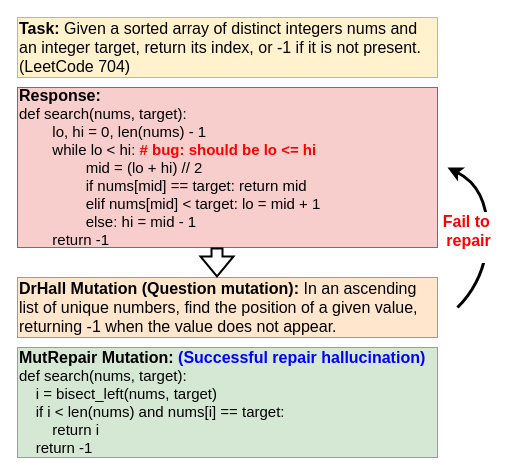
Above: figures/casestudycode.drawio in zbybr/LLMHalluMiti (draw.io), before the change. Source tidied: cells renumbered, new cells numbered last; positions are measured from the earlier drawing's top-left corner, leaving out a move shared by most shapes. Both pictures are drawn from the tidied source at 100%, with x=0, y=0 at pixel (17, 17).
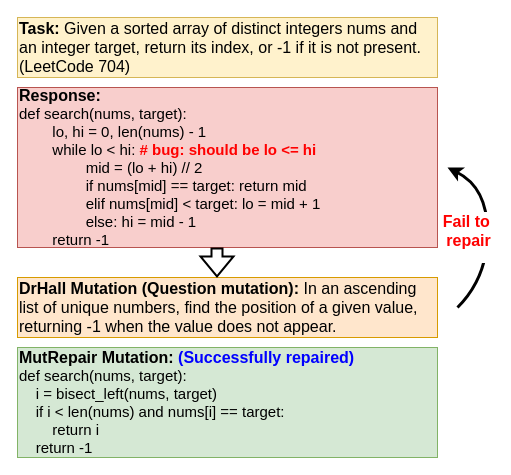
Above is the later version.

What changed in the source:
```diff
@@
 <mxGraphModel>
   <root>
     <mxCell id="0" />
     <mxCell id="1" parent="0" />
     <mxCell id="2" value="&lt;span style=&quot;font-family: Arial; font-size: 16px;&quot;&gt;&lt;b&gt;Response:&lt;br&gt;&lt;/b&gt;&lt;/span&gt;&lt;font style=&quot;font-size: 15px;&quot;&gt;def search(nums, target):&amp;nbsp;&lt;/font&gt;&lt;div&gt;&lt;font style=&quot;font-size: 15px;&quot;&gt;&lt;span style=&quot;white-space: pre;&quot;&gt;&#9;&lt;/span&gt;lo, hi = 0, len(nums) - 1&amp;nbsp;&lt;/font&gt;&lt;/div&gt;&lt;div&gt;&lt;font style=&quot;font-size: 15px;&quot;&gt;&lt;span style=&quot;white-space: pre;&quot;&gt;&#9;&lt;/span&gt;while lo &amp;lt; hi: &lt;b&gt;&lt;font style=&quot;color: rgb(255, 0, 0);&quot;&gt;# bug: should be lo &amp;lt;= hi&amp;nbsp;&lt;/font&gt;&lt;/b&gt;&lt;/font&gt;&lt;/div&gt;&lt;div&gt;&lt;font style=&quot;font-size: 15px;&quot;&gt;&lt;span style=&quot;white-space: pre;&quot;&gt;&#9;&lt;span style=&quot;white-space: pre;&quot;&gt;&#9;&lt;/span&gt;&lt;/span&gt;mid = (lo + hi) // 2&amp;nbsp;&lt;/font&gt;&lt;/div&gt;&lt;div&gt;&lt;font style=&quot;font-size: 15px;&quot;&gt;&lt;span style=&quot;white-space: pre;&quot;&gt;&#9;&lt;span style=&quot;white-space: pre;&quot;&gt;&#9;&lt;/span&gt;&lt;/span&gt;if nums[mid] == target: return mid&amp;nbsp;&lt;/font&gt;&lt;/div&gt;&lt;div&gt;&lt;font style=&quot;font-size: 15px;&quot;&gt;&lt;span style=&quot;white-space: pre;&quot;&gt;&#9;&lt;span style=&quot;white-space: pre;&quot;&gt;&#9;&lt;/span&gt;&lt;/span&gt;elif nums[mid] &amp;lt; target: lo = mid + 1&amp;nbsp;&lt;/font&gt;&lt;/div&gt;&lt;div&gt;&lt;font style=&quot;font-size: 15px;&quot;&gt;&lt;span style=&quot;white-space: pre;&quot;&gt;&#9;&lt;span style=&quot;white-space: pre;&quot;&gt;&#9;&lt;/span&gt;&lt;/span&gt;else: hi = mid - 1&lt;br&gt;&lt;span style=&quot;white-space: pre;&quot;&gt;&#9;&lt;/span&gt;return -1&lt;/font&gt;&lt;/div&gt;" style="rounded=0;whiteSpace=wrap;html=1;fillColor=#f8cecc;strokeColor=#b85450;align=left;" parent="1" vertex="1">
       <mxGeometry y="70" width="420" height="160" as="geometry" />
     </mxCell>
     <mxCell id="3" value="&lt;b style=&quot;font-family: Arial; font-size: 16px;&quot;&gt;Task:&amp;nbsp;&lt;/b&gt;&lt;span style=&quot;font-family: Arial; font-size: 16px;&quot;&gt;Given a sorted array of distinct integers nums and an integer target, return its index, or -1 if it is not present. (LeetCode 704)&lt;/span&gt;&lt;span style=&quot;font-family: Arial; font-size: 16px;&quot;&gt;&amp;nbsp;&lt;/span&gt;" style="rounded=0;whiteSpace=wrap;html=1;fillColor=#fff2cc;strokeColor=#d6b656;align=left;" parent="1" vertex="1">
       <mxGeometry width="420" height="60" as="geometry" />
     </mxCell>
     <mxCell id="4" value="&lt;span style=&quot;font-family: Arial; font-size: 16px;&quot;&gt;&lt;b&gt;DrHall Mutation (Question mutation):&lt;/b&gt;&amp;nbsp;&lt;/span&gt;&lt;span style=&quot;font-family: Arial; font-size: 16px;&quot;&gt;In an ascending list of unique numbers, find the position of a given value, returning -1 when the value does not appear.&lt;/span&gt;" style="rounded=0;whiteSpace=wrap;html=1;fillColor=#ffe6cc;strokeColor=#d79b00;align=left;" parent="1" vertex="1">
       <mxGeometry y="260" width="420" height="60" as="geometry" />
     </mxCell>
-    <mxCell id="5" value="&lt;div&gt;&lt;font style=&quot;&quot;&gt;&lt;b style=&quot;font-size: 16px;&quot;&gt;MutRepair Mutation:&amp;nbsp;&lt;font style=&quot;color: rgb(0, 0, 255);&quot;&gt;(Successful repair hallucination)&lt;/font&gt;&lt;/b&gt;&lt;br&gt;&lt;font style=&quot;font-size: 15px;&quot;&gt;def search(nums, target):&lt;/font&gt;&lt;/font&gt;&lt;/div&gt;&lt;div&gt;&lt;font style=&quot;font-size: 15px;&quot;&gt;&amp;nbsp; &amp;nbsp; i = bisect_left(nums, target)&lt;/font&gt;&lt;/div&gt;&lt;div&gt;&lt;font style=&quot;font-size: 15px;&quot;&gt;&amp;nbsp; &amp;nbsp; if i &amp;lt; len(nums) and nums[i] == target:&lt;/font&gt;&lt;/div&gt;&lt;div&gt;&lt;font style=&quot;font-size: 15px;&quot;&gt;&amp;nbsp; &amp;nbsp; &amp;nbsp; &amp;nbsp; return i&lt;/font&gt;&lt;/div&gt;&lt;div&gt;&lt;font style=&quot;font-size: 15px;&quot;&gt;&amp;nbsp; &amp;nbsp; return -1&lt;/font&gt;&lt;/div&gt;" style="rounded=0;whiteSpace=wrap;html=1;fillColor=#d5e8d4;strokeColor=#82b366;align=left;" parent="1" vertex="1">
+    <mxCell id="5" value="&lt;div&gt;&lt;font style=&quot;&quot;&gt;&lt;b style=&quot;font-size: 16px;&quot;&gt;MutRepair Mutation:&amp;nbsp;&lt;font style=&quot;color: rgb(0, 0, 255);&quot;&gt;(Successfully repaired)&lt;/font&gt;&lt;/b&gt;&lt;br&gt;&lt;font style=&quot;font-size: 15px;&quot;&gt;def search(nums, target):&lt;/font&gt;&lt;/font&gt;&lt;/div&gt;&lt;div&gt;&lt;font style=&quot;font-size: 15px;&quot;&gt;&amp;nbsp; &amp;nbsp; i = bisect_left(nums, target)&lt;/font&gt;&lt;/div&gt;&lt;div&gt;&lt;font style=&quot;font-size: 15px;&quot;&gt;&amp;nbsp; &amp;nbsp; if i &amp;lt; len(nums) and nums[i] == target:&lt;/font&gt;&lt;/div&gt;&lt;div&gt;&lt;font style=&quot;font-size: 15px;&quot;&gt;&amp;nbsp; &amp;nbsp; &amp;nbsp; &amp;nbsp; return i&lt;/font&gt;&lt;/div&gt;&lt;div&gt;&lt;font style=&quot;font-size: 15px;&quot;&gt;&amp;nbsp; &amp;nbsp; return -1&lt;/font&gt;&lt;/div&gt;" style="rounded=0;whiteSpace=wrap;html=1;fillColor=#d5e8d4;strokeColor=#82b366;align=left;" parent="1" vertex="1">
       <mxGeometry y="330" width="420" height="110" as="geometry" />
     </mxCell>
     <mxCell id="6" style="shape=flexArrow;endArrow=classic;html=1;rounded=0;strokeWidth=2;" parent="1" edge="1">
       <mxGeometry relative="1" as="geometry">
         <mxPoint x="199.5" y="230" as="sourcePoint" />
         <mxPoint x="199.5" y="260" as="targetPoint" />
       </mxGeometry>
     </mxCell>
     <mxCell id="7" style="curved=1;endArrow=classic;html=1;rounded=0;strokeWidth=3;" parent="1" edge="1">
       <mxGeometry relative="1" as="geometry">
         <mxPoint x="440" y="290" as="sourcePoint" />
         <mxPoint x="430" y="150" as="targetPoint" />
         <Array as="points">
           <mxPoint x="470" y="260" />
           <mxPoint x="470" y="170" />
         </Array>
       </mxGeometry>
     </mxCell>
     <mxCell id="8" value="&lt;font style=&quot;font-size: 16px; color: rgb(255, 0, 0);&quot; face=&quot;Arial&quot;&gt;&lt;b style=&quot;&quot;&gt;Fail to&amp;nbsp;&lt;/b&gt;&lt;/font&gt;&lt;div&gt;&lt;font style=&quot;font-size: 16px; color: rgb(255, 0, 0);&quot; face=&quot;Arial&quot;&gt;&lt;b style=&quot;&quot;&gt;repair&lt;/b&gt;&lt;/font&gt;&lt;div&gt;&lt;br&gt;&lt;/div&gt;&lt;/div&gt;" style="edgeLabel;html=1;align=center;verticalAlign=middle;" parent="7" vertex="1">
       <mxGeometry x="-0.17" y="-3" relative="1" as="geometry">
         <mxPoint x="-23" y="-9" as="offset" />
       </mxGeometry>
     </mxCell>
   </root>
 </mxGraphModel>
```
